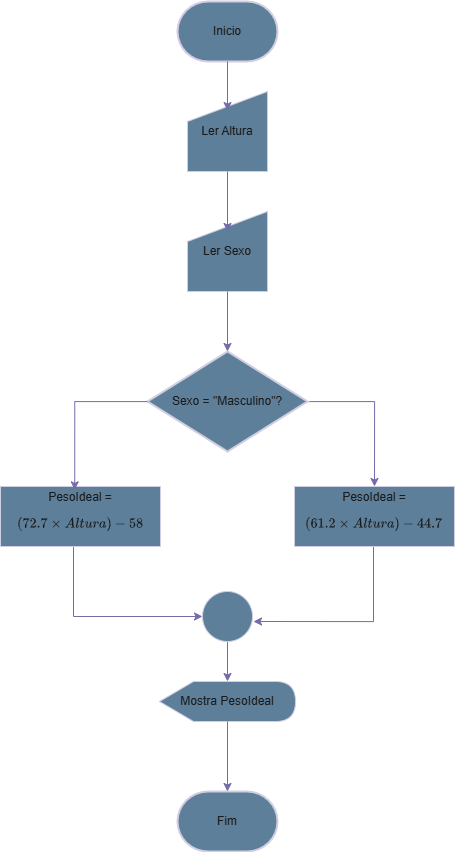
Before: Diagramas/exercicios16.drawio.png, a diagram exported from draw.io (andrew-cdia/algoritmos-lista1). Source tidied: cells renumbered, new cells last; positions are measured from the earlier drawing's top-left corner, leaving out a move shared by most shapes. Source of this version:
```xml
<mxGraphModel math="1">
  <root>
    <mxCell id="0" />
    <mxCell id="1" parent="0" />
    <mxCell id="2" value="Fim" style="strokeWidth=2;html=1;shape=mxgraph.flowchart.terminator;whiteSpace=wrap;strokeColor=#D0CEE2;fontColor=#1A1A1A;fillColor=#5D7F99;" parent="1" vertex="1">
      <mxGeometry x="177" y="790" width="100" height="60" as="geometry" />
    </mxCell>
    <mxCell id="3" value="Inicio" style="strokeWidth=2;html=1;shape=mxgraph.flowchart.terminator;whiteSpace=wrap;strokeColor=#D0CEE2;fontColor=#1A1A1A;fillColor=#5D7F99;" parent="1" vertex="1">
      <mxGeometry x="177" width="100" height="60" as="geometry" />
    </mxCell>
    <mxCell id="4" value="Ler Sexo" style="shape=manualInput;whiteSpace=wrap;html=1;strokeColor=#D0CEE2;fontColor=#1A1A1A;fillColor=#5D7F99;" parent="1" vertex="1">
      <mxGeometry x="187" y="210" width="80" height="80" as="geometry" />
    </mxCell>
    <mxCell id="5" value="Ler Altura" style="shape=manualInput;whiteSpace=wrap;html=1;strokeColor=#D0CEE2;fontColor=#1A1A1A;fillColor=#5D7F99;" parent="1" vertex="1">
      <mxGeometry x="187" y="90" width="80" height="80" as="geometry" />
    </mxCell>
    <mxCell id="6" style="edgeStyle=orthogonalEdgeStyle;rounded=0;jettySize=auto;html=1;entryX=0.5;entryY=0;entryDx=0;entryDy=0;strokeColor=#736CA8;fontColor=#1A1A1A;" parent="1" edge="1" source="7" target="9">
      <mxGeometry relative="1" as="geometry">
        <Array as="points">
          <mxPoint x="374" y="400" />
        </Array>
      </mxGeometry>
    </mxCell>
    <mxCell id="7" value="Sexo = &quot;Masculino&quot;?" style="strokeWidth=2;html=1;shape=mxgraph.flowchart.decision;whiteSpace=wrap;strokeColor=#D0CEE2;fontColor=#1A1A1A;fillColor=#5D7F99;" parent="1" vertex="1">
      <mxGeometry x="147" y="350" width="160" height="100" as="geometry" />
    </mxCell>
    <mxCell id="8" style="edgeStyle=orthogonalEdgeStyle;rounded=0;jettySize=auto;html=1;strokeColor=#736CA8;fontColor=#1A1A1A;" parent="1" edge="1" source="9">
      <mxGeometry relative="1" as="geometry">
        <mxPoint x="253" y="620" as="targetPoint" />
        <Array as="points">
          <mxPoint x="373" y="620" />
        </Array>
      </mxGeometry>
    </mxCell>
    <mxCell id="9" value="PesoIdeal = $$(61.2\times Altura) - 44.7$$" style="rounded=0;whiteSpace=wrap;html=1;strokeColor=#D0CEE2;fontColor=#1A1A1A;fillColor=#5D7F99;" parent="1" vertex="1">
      <mxGeometry x="294" y="485" width="160" height="60" as="geometry" />
    </mxCell>
    <mxCell id="10" style="edgeStyle=orthogonalEdgeStyle;rounded=0;jettySize=auto;html=1;entryX=0;entryY=0.5;entryDx=0;entryDy=0;strokeColor=#736CA8;fontColor=#1A1A1A;" parent="1" edge="1" source="11" target="14">
      <mxGeometry relative="1" as="geometry">
        <Array as="points">
          <mxPoint x="73" y="615" />
        </Array>
      </mxGeometry>
    </mxCell>
    <mxCell id="11" value="PesoIdeal = $$(72.7\times Altura) - 58$$" style="rounded=0;whiteSpace=wrap;html=1;strokeColor=#D0CEE2;fontColor=#1A1A1A;fillColor=#5D7F99;" parent="1" vertex="1">
      <mxGeometry y="485" width="160" height="60" as="geometry" />
    </mxCell>
    <mxCell id="12" style="edgeStyle=orthogonalEdgeStyle;rounded=0;jettySize=auto;html=1;entryX=0.464;entryY=0.056;entryDx=0;entryDy=0;entryPerimeter=0;strokeColor=#736CA8;fontColor=#1A1A1A;" parent="1" edge="1" source="7" target="11">
      <mxGeometry relative="1" as="geometry">
        <Array as="points">
          <mxPoint x="74" y="400" />
        </Array>
      </mxGeometry>
    </mxCell>
    <mxCell id="13" style="edgeStyle=orthogonalEdgeStyle;rounded=0;jettySize=auto;html=1;strokeColor=#736CA8;fontColor=#1A1A1A;" parent="1" edge="1" source="14" target="15">
      <mxGeometry relative="1" as="geometry" />
    </mxCell>
    <mxCell id="14" style="ellipse;whiteSpace=wrap;html=1;strokeColor=#D0CEE2;fontColor=#1A1A1A;fillColor=#5D7F99;" parent="1" vertex="1">
      <mxGeometry x="202" y="590" width="50" height="50" as="geometry" />
    </mxCell>
    <mxCell id="15" value="Mostra PesoIdeal" style="shape=display;whiteSpace=wrap;html=1;strokeColor=#D0CEE2;fontColor=#1A1A1A;fillColor=#5D7F99;" parent="1" vertex="1">
      <mxGeometry x="159" y="680" width="136" height="40" as="geometry" />
    </mxCell>
    <mxCell id="16" style="edgeStyle=orthogonalEdgeStyle;rounded=0;jettySize=auto;html=1;entryX=0.5;entryY=0;entryDx=0;entryDy=0;entryPerimeter=0;strokeColor=#736CA8;fontColor=#1A1A1A;" parent="1" edge="1" source="15" target="2">
      <mxGeometry relative="1" as="geometry" />
    </mxCell>
    <mxCell id="17" style="edgeStyle=orthogonalEdgeStyle;rounded=0;jettySize=auto;html=1;entryX=0.5;entryY=0;entryDx=0;entryDy=0;entryPerimeter=0;strokeColor=#736CA8;fontColor=#1A1A1A;" parent="1" edge="1" source="4" target="7">
      <mxGeometry relative="1" as="geometry" />
    </mxCell>
    <mxCell id="18" style="edgeStyle=orthogonalEdgeStyle;rounded=0;jettySize=auto;html=1;entryX=0.5;entryY=0.25;entryDx=0;entryDy=0;entryPerimeter=0;strokeColor=#736CA8;fontColor=#1A1A1A;" parent="1" edge="1" source="5" target="4">
      <mxGeometry relative="1" as="geometry" />
    </mxCell>
    <mxCell id="19" style="edgeStyle=orthogonalEdgeStyle;rounded=0;jettySize=auto;html=1;entryX=0.5;entryY=0.238;entryDx=0;entryDy=0;entryPerimeter=0;strokeColor=#736CA8;fontColor=#1A1A1A;" parent="1" edge="1" source="3" target="5">
      <mxGeometry relative="1" as="geometry" />
    </mxCell>
  </root>
</mxGraphModel>
```
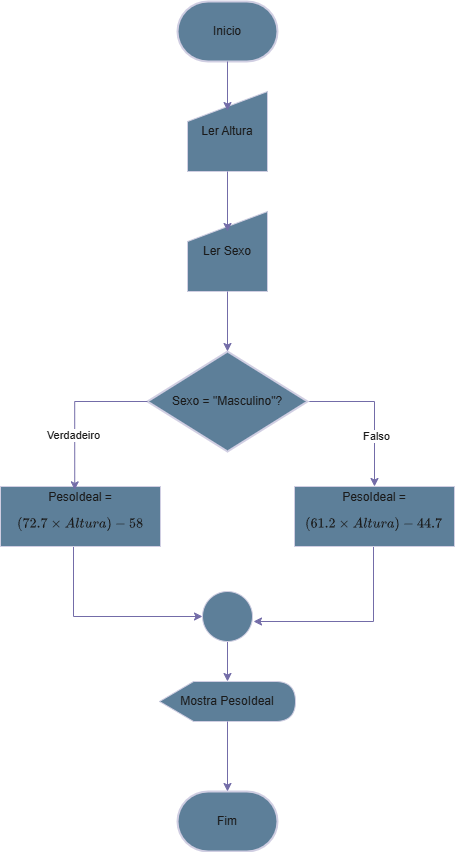
The same file after the commit.

Diff of the diagram source:
```diff
@@ -21,6 +21,9 @@
         </Array>
       </mxGeometry>
     </mxCell>
+    <mxCell id="20" value="Falso" style="edgeLabel;html=1;align=center;verticalAlign=middle;strokeColor=#D0CEE2;fontColor=#1A1A1A;fillColor=#5D7F99;" parent="6" vertex="1">
+      <mxGeometry x="0.33" y="1" relative="1" as="geometry" />
+    </mxCell>
     <mxCell id="7" value="Sexo = &quot;Masculino&quot;?" style="strokeWidth=2;html=1;shape=mxgraph.flowchart.decision;whiteSpace=wrap;strokeColor=#D0CEE2;fontColor=#1A1A1A;fillColor=#5D7F99;" parent="1" vertex="1">
       <mxGeometry x="147" y="350" width="160" height="100" as="geometry" />
     </mxCell>
@@ -52,6 +55,9 @@
         </Array>
       </mxGeometry>
     </mxCell>
+    <mxCell id="21" value="Verdadeiro" style="edgeLabel;html=1;align=center;verticalAlign=middle;strokeColor=#D0CEE2;fontColor=#1A1A1A;fillColor=#5D7F99;" parent="12" vertex="1">
+      <mxGeometry x="0.31" y="-2" relative="1" as="geometry" />
+    </mxCell>
     <mxCell id="13" style="edgeStyle=orthogonalEdgeStyle;rounded=0;jettySize=auto;html=1;strokeColor=#736CA8;fontColor=#1A1A1A;" parent="1" edge="1" source="14" target="15">
       <mxGeometry relative="1" as="geometry" />
     </mxCell>
```
